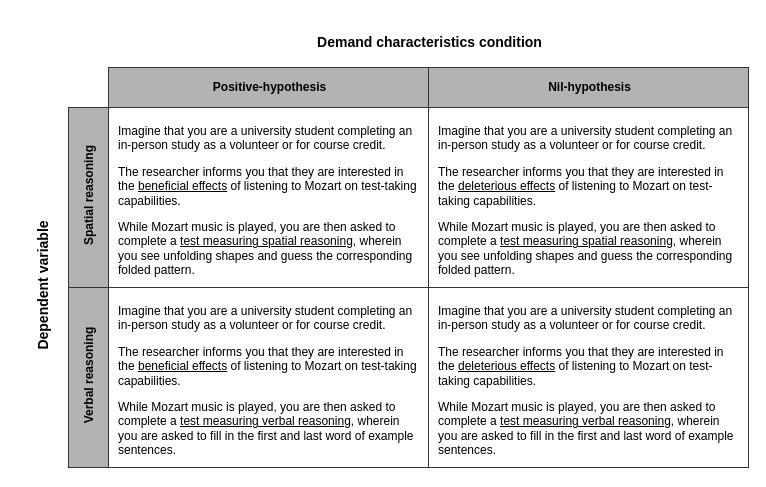
Earlier version of the draw.io diagram page "VIGS" (2 of 14) of images/metaware_figures.drawio (ColesNicholas/metaware). Source tidied: cells renumbered, new cells numbered last; positions are measured from the earlier drawing's top-left corner, leaving out a move shared by most shapes. Both pictures are drawn from the tidied source at 100%, with x=0, y=0 at pixel (-136, 17).
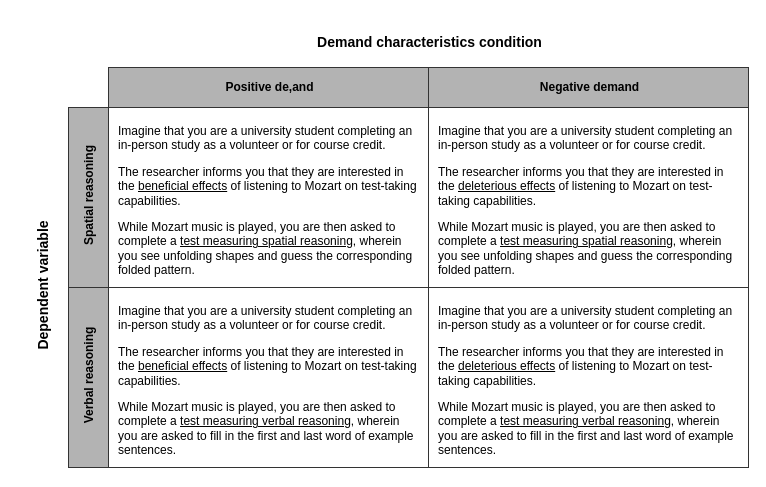
The same diagram, later.

What changed in the source:
```diff
@@
 <mxGraphModel>
   <root>
     <mxCell id="0" />
     <mxCell id="1" parent="0" />
     <mxCell id="2" value="&lt;p class=&quot;MsoNormal&quot;&gt;Imagine that you are a university student completing an in-person study as a volunteer or for course credit.&lt;/p&gt;&lt;p class=&quot;MsoNormal&quot;&gt;The researcher informs you that they are interested in the &lt;u&gt;beneficial effects&lt;/u&gt; of listening to Mozart on test-taking capabilities.&lt;/p&gt;&lt;p class=&quot;MsoNormal&quot;&gt;While Mozart music is played, you are then asked to complete a &lt;u&gt;test measuring spatial reasoning&lt;/u&gt;, wherein you see unfolding shapes and guess the corresponding folded pattern.&lt;/p&gt;" style="text;whiteSpace=wrap;html=1;spacingLeft=10;spacingRight=10;spacing=0;strokeColor=#333333;verticalAlign=top;horizontal=1;spacingTop=0;" parent="1" vertex="1">
       <mxGeometry x="244" y="90" width="320" height="180" as="geometry" />
     </mxCell>
     <mxCell id="3" value="Spatial reasoning" style="text;whiteSpace=wrap;html=1;fillColor=#B3B3B3;fontColor=#000000;strokeColor=#333333;spacingLeft=5;spacingRight=2;spacing=5;align=center;rotation=-90;fontStyle=1;verticalAlign=middle;" parent="1" vertex="1">
       <mxGeometry x="134" y="160" width="180" height="40" as="geometry" />
     </mxCell>
-    <mxCell id="4" value="Nil-hypothesis" style="text;whiteSpace=wrap;html=1;fillColor=#B3B3B3;fontColor=#000000;strokeColor=#333333;spacingLeft=5;spacingRight=2;spacing=5;align=center;fontStyle=1;verticalAlign=middle;" parent="1" vertex="1">
+    <mxCell id="4" value="Negative demand" style="text;whiteSpace=wrap;html=1;fillColor=#B3B3B3;fontColor=#000000;strokeColor=#333333;spacingLeft=5;spacingRight=2;spacing=5;align=center;fontStyle=1;verticalAlign=middle;" parent="1" vertex="1">
       <mxGeometry x="564" y="50" width="320" height="40" as="geometry" />
     </mxCell>
     <mxCell id="5" value="Verbal reasoning" style="text;whiteSpace=wrap;html=1;fillColor=#B3B3B3;fontColor=#000000;strokeColor=#333333;spacingLeft=5;spacingRight=2;spacing=5;align=center;rotation=-90;fontStyle=1;verticalAlign=middle;" parent="1" vertex="1">
       <mxGeometry x="134" y="340" width="180" height="40" as="geometry" />
     </mxCell>
-    <mxCell id="6" value="Positive-hypothesis" style="text;whiteSpace=wrap;html=1;fillColor=#B3B3B3;strokeColor=#333333;spacingLeft=5;spacingRight=2;spacing=5;align=center;fontColor=#000000;fontStyle=1;verticalAlign=middle;" parent="1" vertex="1">
+    <mxCell id="6" value="Positive de,and" style="text;whiteSpace=wrap;html=1;fillColor=#B3B3B3;strokeColor=#333333;spacingLeft=5;spacingRight=2;spacing=5;align=center;fontColor=#000000;fontStyle=1;verticalAlign=middle;" parent="1" vertex="1">
       <mxGeometry x="244" y="50" width="320" height="40" as="geometry" />
     </mxCell>
     <mxCell id="7" value="Demand characteristics condition" style="text;whiteSpace=wrap;html=1;fillColor=none;strokeColor=none;spacingLeft=5;spacingRight=2;spacing=5;align=center;fontColor=#000000;fontStyle=1;verticalAlign=middle;fontSize=14;" parent="1" vertex="1">
       <mxGeometry x="244" width="640" height="50" as="geometry" />
     </mxCell>
     <mxCell id="8" value="Dependent variable" style="text;whiteSpace=wrap;html=1;fillColor=none;strokeColor=none;spacingLeft=5;spacingRight=2;spacing=5;align=center;fontColor=#000000;fontStyle=1;verticalAlign=middle;fontSize=14;rotation=-90;" parent="1" vertex="1">
       <mxGeometry y="245" width="356" height="50" as="geometry" />
     </mxCell>
     <mxCell id="9" value="&lt;p class=&quot;MsoNormal&quot;&gt;Imagine that you are a university student completing an in-person study as a volunteer or for course credit.&lt;/p&gt;&lt;p class=&quot;MsoNormal&quot;&gt;The researcher informs you that they are interested in the &lt;u&gt;deleterious effects&lt;/u&gt; of listening to Mozart on test-taking capabilities.&lt;/p&gt;&lt;p class=&quot;MsoNormal&quot;&gt;While Mozart music is played, you are then asked to complete a &lt;u&gt;test measuring spatial reasoning&lt;/u&gt;, wherein you see unfolding shapes and guess the corresponding folded pattern.&lt;/p&gt;" style="text;whiteSpace=wrap;html=1;spacingLeft=10;spacingRight=10;spacing=0;strokeColor=#333333;verticalAlign=top;horizontal=1;spacingTop=0;" parent="1" vertex="1">
       <mxGeometry x="564" y="90" width="320" height="180" as="geometry" />
     </mxCell>
     <mxCell id="10" value="&lt;p class=&quot;MsoNormal&quot;&gt;Imagine that you are a university student completing an in-person study as a volunteer or for course credit.&lt;/p&gt;&lt;p class=&quot;MsoNormal&quot;&gt;The researcher informs you that they are interested in the &lt;u&gt;beneficial effects&lt;/u&gt; of listening to Mozart on test-taking capabilities.&lt;/p&gt;&lt;p class=&quot;MsoNormal&quot;&gt;While Mozart music is played, you are then asked to complete a &lt;u&gt;test measuring verbal reasoning&lt;/u&gt;, wherein you are asked to fill in the first and last word of example sentences.&lt;/p&gt;" style="text;whiteSpace=wrap;html=1;spacingLeft=10;spacingRight=10;spacing=0;strokeColor=#333333;verticalAlign=top;horizontal=1;spacingTop=0;" parent="1" vertex="1">
       <mxGeometry x="244" y="270" width="320" height="180" as="geometry" />
     </mxCell>
     <mxCell id="11" value="&lt;p class=&quot;MsoNormal&quot;&gt;Imagine that you are a university student completing an in-person study as a volunteer or for course credit.&lt;/p&gt;&lt;p class=&quot;MsoNormal&quot;&gt;The researcher informs you that they are interested in the &lt;u&gt;deleterious effects&lt;/u&gt; of listening to Mozart on test-taking capabilities.&lt;/p&gt;&lt;p class=&quot;MsoNormal&quot;&gt;While Mozart music is played, you are then asked to complete a &lt;u&gt;test measuring verbal reasoning&lt;/u&gt;, wherein you are asked to fill in the first and last word of example sentences.&lt;/p&gt;" style="text;whiteSpace=wrap;html=1;spacingLeft=10;spacingRight=10;spacing=0;strokeColor=#333333;verticalAlign=top;horizontal=1;spacingTop=0;" parent="1" vertex="1">
       <mxGeometry x="564" y="270" width="320" height="180" as="geometry" />
     </mxCell>
   </root>
 </mxGraphModel>
```
